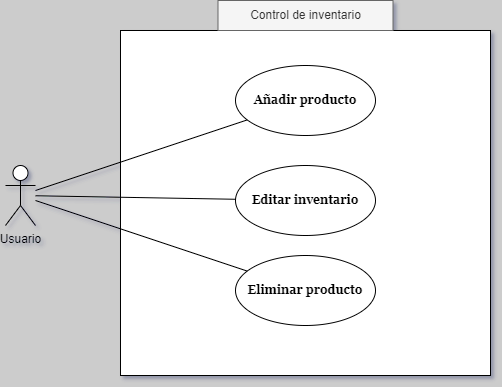
Above: CU009_ControlInventario.png in CH3MOO/SpecialityX (draw.io), before the change. Source tidied: cells renumbered, new cells last; positions are measured from the earlier drawing's top-left corner, leaving out a move shared by most shapes. The source it was exported from:
```xml
<mxGraphModel background="#CCCCCC" shadow="1">
  <root>
    <mxCell id="0" />
    <mxCell id="1" parent="0" />
    <mxCell id="2" style="rounded=0;whiteSpace=wrap;html=1;" parent="1" vertex="1">
      <mxGeometry x="115" y="30" width="370" height="345" as="geometry" />
    </mxCell>
    <mxCell id="3" value="Usuario" style="shape=umlActor;verticalLabelPosition=bottom;verticalAlign=top;html=1;" parent="1" vertex="1">
      <mxGeometry y="165" width="30" height="60" as="geometry" />
    </mxCell>
    <mxCell id="4" value="Añadir producto" style="ellipse;whiteSpace=wrap;html=1;fontFamily=Georgia;fontStyle=1;" parent="1" vertex="1">
      <mxGeometry x="230" y="65" width="140" height="70" as="geometry" />
    </mxCell>
    <mxCell id="5" style="endArrow=none;html=1;rounded=0;" parent="1" edge="1" source="3" target="4">
      <mxGeometry relative="1" as="geometry" />
    </mxCell>
    <mxCell id="6" value="Control de inventario" style="text;html=1;align=center;verticalAlign=middle;whiteSpace=wrap;rounded=0;fillColor=#f5f5f5;strokeColor=#666666;fontColor=#333333;" parent="1" vertex="1">
      <mxGeometry x="212.5" width="175" height="30" as="geometry" />
    </mxCell>
    <mxCell id="7" value="Eliminar producto" style="ellipse;whiteSpace=wrap;html=1;fontFamily=Georgia;fontStyle=1;" parent="1" vertex="1">
      <mxGeometry x="230" y="255" width="140" height="70" as="geometry" />
    </mxCell>
    <mxCell id="8" value="Editar inventario" style="ellipse;whiteSpace=wrap;html=1;fontFamily=Georgia;fontStyle=1;" parent="1" vertex="1">
      <mxGeometry x="230" y="165" width="140" height="70" as="geometry" />
    </mxCell>
    <mxCell id="9" style="endArrow=none;html=1;rounded=0;" parent="1" edge="1" source="3" target="8">
      <mxGeometry relative="1" as="geometry" />
    </mxCell>
    <mxCell id="10" style="endArrow=none;html=1;rounded=0;" parent="1" edge="1" source="3" target="7">
      <mxGeometry relative="1" as="geometry" />
    </mxCell>
  </root>
</mxGraphModel>
```
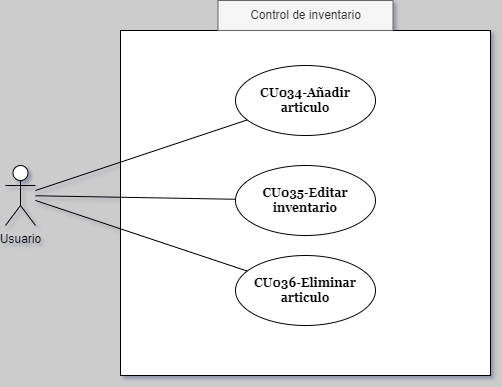
After the commit.

Change to the diagram source:
```diff
@@ -8,7 +8,7 @@
     <mxCell id="3" value="Usuario" style="shape=umlActor;verticalLabelPosition=bottom;verticalAlign=top;html=1;" parent="1" vertex="1">
       <mxGeometry y="165" width="30" height="60" as="geometry" />
     </mxCell>
-    <mxCell id="4" value="Añadir producto" style="ellipse;whiteSpace=wrap;html=1;fontFamily=Georgia;fontStyle=1;" parent="1" vertex="1">
+    <mxCell id="4" value="CU034-Añadir articulo" style="ellipse;whiteSpace=wrap;html=1;fontFamily=Georgia;fontStyle=1;" parent="1" vertex="1">
       <mxGeometry x="230" y="65" width="140" height="70" as="geometry" />
     </mxCell>
     <mxCell id="5" style="endArrow=none;html=1;rounded=0;" parent="1" edge="1" source="3" target="4">
@@ -17,10 +17,10 @@
     <mxCell id="6" value="Control de inventario" style="text;html=1;align=center;verticalAlign=middle;whiteSpace=wrap;rounded=0;fillColor=#f5f5f5;strokeColor=#666666;fontColor=#333333;" parent="1" vertex="1">
       <mxGeometry x="212.5" width="175" height="30" as="geometry" />
     </mxCell>
-    <mxCell id="7" value="Eliminar producto" style="ellipse;whiteSpace=wrap;html=1;fontFamily=Georgia;fontStyle=1;" parent="1" vertex="1">
+    <mxCell id="7" value="CU036-Eliminar articulo" style="ellipse;whiteSpace=wrap;html=1;fontFamily=Georgia;fontStyle=1;" parent="1" vertex="1">
       <mxGeometry x="230" y="255" width="140" height="70" as="geometry" />
     </mxCell>
-    <mxCell id="8" value="Editar inventario" style="ellipse;whiteSpace=wrap;html=1;fontFamily=Georgia;fontStyle=1;" parent="1" vertex="1">
+    <mxCell id="8" value="CU035-Editar inventario" style="ellipse;whiteSpace=wrap;html=1;fontFamily=Georgia;fontStyle=1;" parent="1" vertex="1">
       <mxGeometry x="230" y="165" width="140" height="70" as="geometry" />
     </mxCell>
     <mxCell id="9" style="endArrow=none;html=1;rounded=0;" parent="1" edge="1" source="3" target="8">
```
